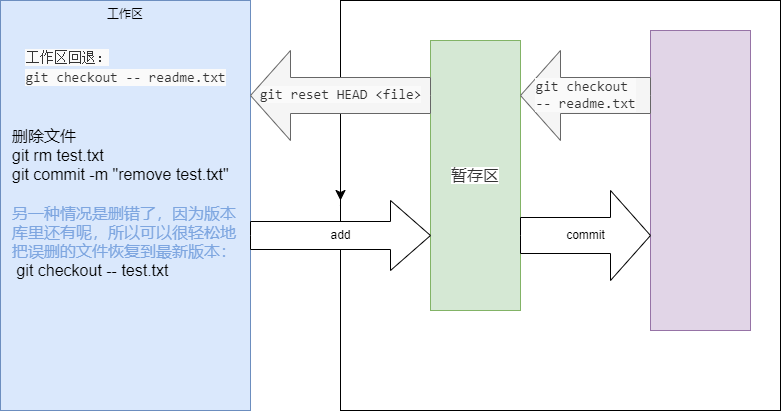
POThinking/UML keeps this draw.io diagram as 未命名绘图.drawio.png. Above is the earlier version. Source tidied: cells renumbered, new cells last; positions are measured from the earlier drawing's top-left corner, leaving out a move shared by most shapes.
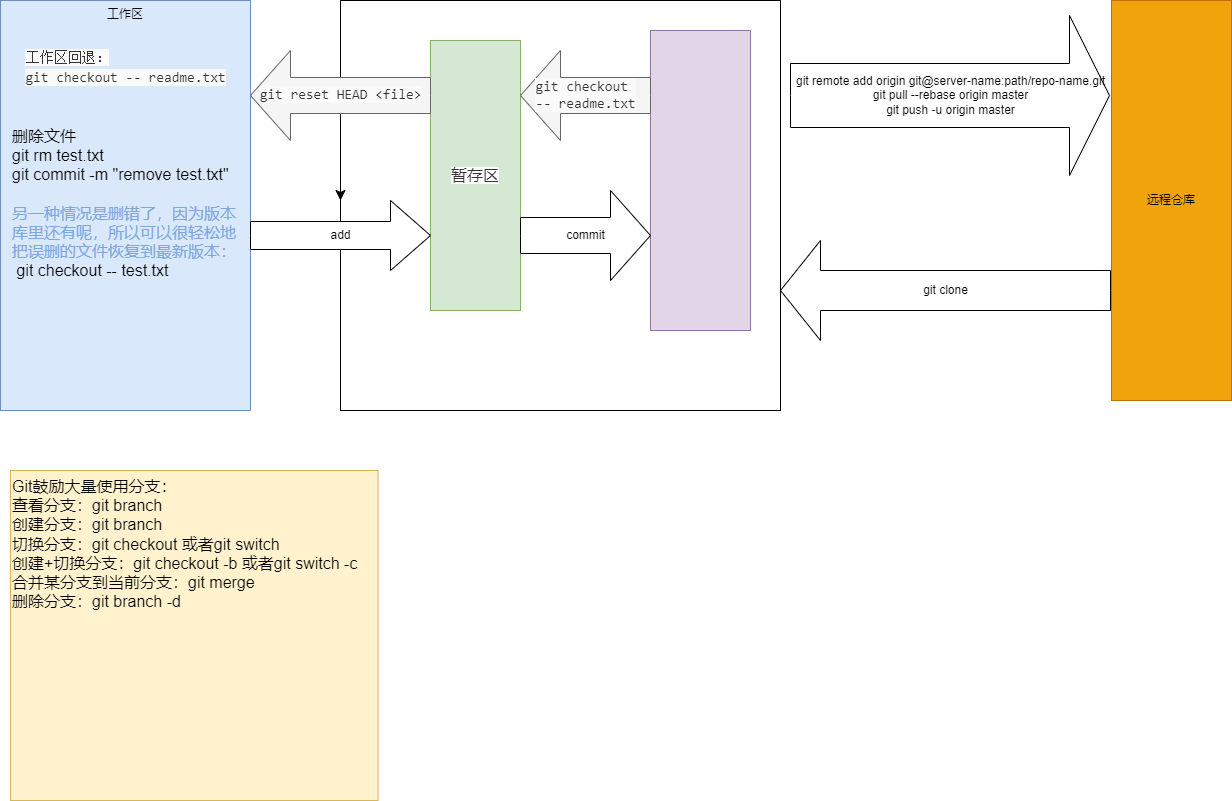
Above is the later version.

Change to the diagram source:
```diff
@@ -43,5 +43,17 @@
     <mxCell id="14" value="删除文件&lt;div&gt;&lt;div&gt;git rm test.txt&lt;/div&gt;&lt;div&gt;git commit -m &quot;remove test.txt&quot;&lt;/div&gt;&lt;/div&gt;&lt;div&gt;&lt;br&gt;&lt;/div&gt;&lt;div&gt;&lt;div&gt;&lt;font color=&quot;#7ea6e0&quot;&gt;另一种情况是删错了，因为版本库里还有呢，所以可以很轻松地把误删的文件恢复到最新版本：&lt;/font&gt;&lt;/div&gt;&lt;div&gt;&amp;nbsp;git checkout -- test.txt&lt;/div&gt;&lt;/div&gt;" style="text;html=1;align=left;verticalAlign=top;rounded=0;fontSize=16;whiteSpace=wrap;labelBorderColor=none;textShadow=0;" parent="1" vertex="1">
       <mxGeometry x="10" y="120" width="240" height="160" as="geometry" />
     </mxCell>
+    <mxCell id="15" value="远程仓库" style="rounded=0;whiteSpace=wrap;html=1;fillColor=#f0a30a;fontColor=#000000;strokeColor=#BD7000;verticalAlign=middle;" parent="1" vertex="1">
+      <mxGeometry x="1111" width="120" height="400" as="geometry" />
+    </mxCell>
+    <mxCell id="16" value="git remote add origin git@server-name:path/repo-name.git&#10;git pull --rebase origin master&#10;git push -u origin master" style="html=1;shadow=0;dashed=0;align=center;verticalAlign=middle;shape=mxgraph.arrows2.arrow;dy=0.6;dx=40;notch=0;" parent="1" vertex="1">
+      <mxGeometry x="790" y="15" width="319" height="160" as="geometry" />
+    </mxCell>
+    <mxCell id="17" value="git clone" style="html=1;shadow=0;dashed=0;align=center;verticalAlign=middle;shape=mxgraph.arrows2.arrow;dy=0.6;dx=40;flipH=1;notch=0;" parent="1" vertex="1">
+      <mxGeometry x="780" y="240" width="330" height="100" as="geometry" />
+    </mxCell>
+    <mxCell id="18" value="Git鼓励大量使用分支：&#10;查看分支：git branch&#10;创建分支：git branch &#10;切换分支：git checkout 或者git switch &#10;创建+切换分支：git checkout -b 或者git switch -c &#10;合并某分支到当前分支：git merge &#10;删除分支：git branch -d " style="text;strokeColor=#d6b656;fillColor=#fff2cc;html=1;align=left;verticalAlign=top;whiteSpace=wrap;rounded=0;fontSize=16;" parent="1" vertex="1">
+      <mxGeometry x="10" y="470" width="367.5" height="330" as="geometry" />
+    </mxCell>
   </root>
 </mxGraphModel>
```
